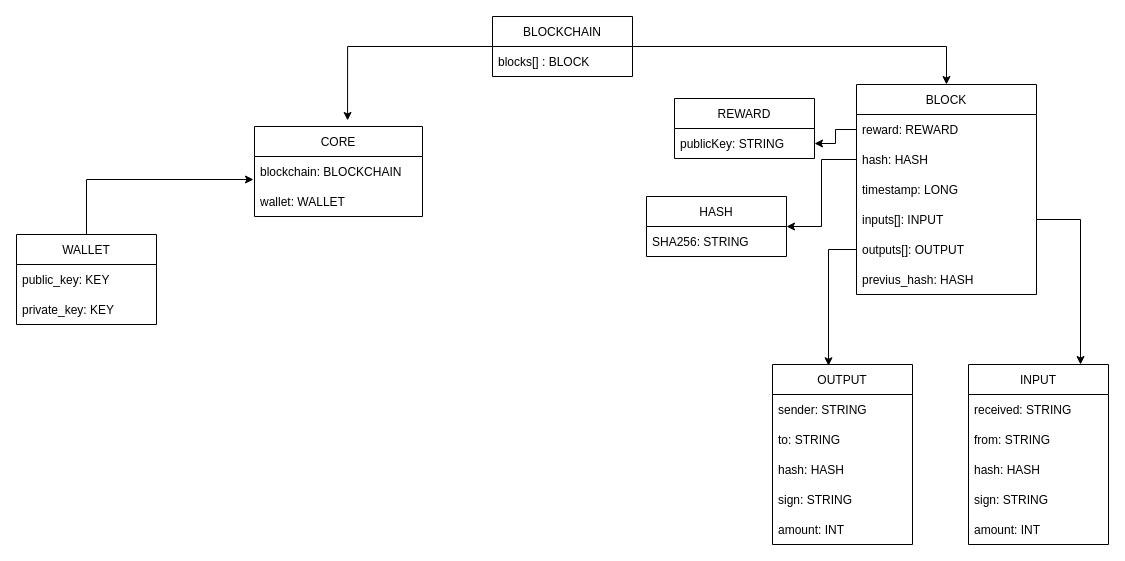
This is Progettazione/UML.drawio from micchf/arus-digital-currency, a draw.io file, before an edit. Source tidied: cells renumbered, new cells numbered last; positions are measured from the earlier drawing's top-left corner, leaving out a move shared by most shapes. Both pictures are drawn from the tidied source at 100%, with x=0, y=0 at pixel (16, 16).
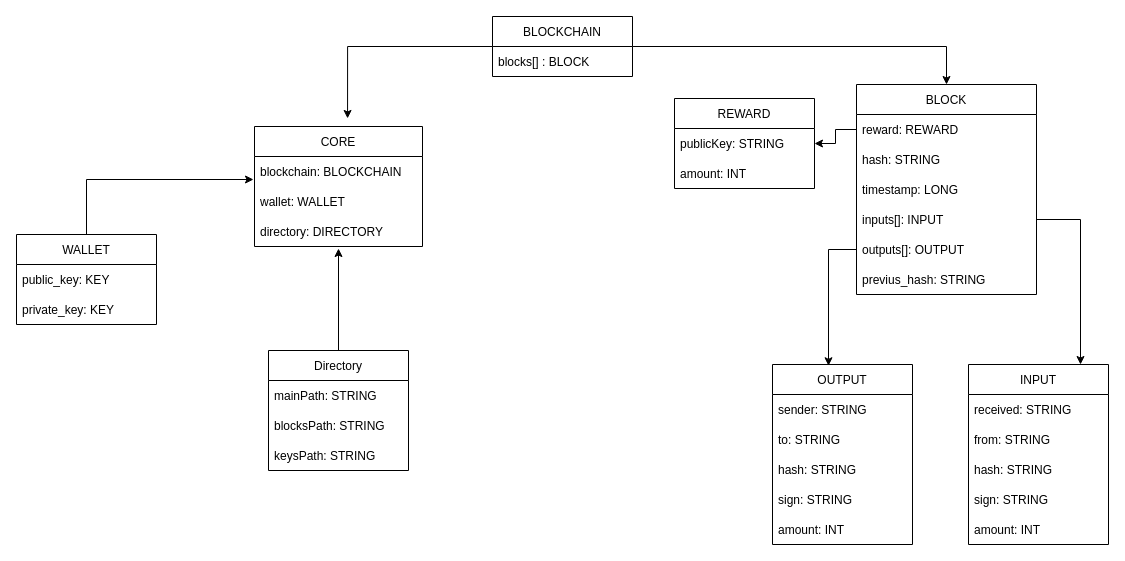
After the change.

Unchanged cells that the change refers to:
```xml
<mxCell id="6" value="BLOCK" style="swimlane;fontStyle=0;horizontal=1;startSize=30;" parent="1" vertex="1">
  <mxGeometry x="840" y="68" width="180" height="210" as="geometry" />
</mxCell>
<mxCell id="17" value="INPUT" style="swimlane;fontStyle=0;horizontal=1;startSize=30;" parent="1" vertex="1">
  <mxGeometry x="952" y="348" width="140" height="180" as="geometry" />
</mxCell>
<mxCell id="23" value="OUTPUT" style="swimlane;fontStyle=0;horizontal=1;startSize=30;" parent="1" vertex="1">
  <mxGeometry x="756" y="348" width="140" height="180" as="geometry" />
</mxCell>
```

Change to the diagram source:
```diff
@@
-    <mxCell id="8" value="hash: HASH" style="text;strokeColor=none;fillColor=none;align=left;verticalAlign=middle;spacingLeft=4;spacingRight=4;overflow=hidden;points=[[0,0.5],[1,0.5]];portConstraint=eastwest;" parent="6" vertex="1">
+    <mxCell id="8" value="hash: STRING" style="text;strokeColor=none;fillColor=none;align=left;verticalAlign=middle;spacingLeft=4;spacingRight=4;overflow=hidden;points=[[0,0.5],[1,0.5]];portConstraint=eastwest;" parent="6" vertex="1">
       <mxGeometry y="60" width="180" height="30" as="geometry" />
     </mxCell>
@@
-    <mxCell id="12" value="previus_hash: HASH" style="text;strokeColor=none;fillColor=none;align=left;verticalAlign=middle;spacingLeft=4;spacingRight=4;overflow=hidden;" parent="6" vertex="1">
+    <mxCell id="12" value="previus_hash: STRING" style="text;strokeColor=none;fillColor=none;align=left;verticalAlign=middle;spacingLeft=4;spacingRight=4;overflow=hidden;" parent="6" vertex="1">
       <mxGeometry y="180" width="180" height="30" as="geometry" />
     </mxCell>
     <mxCell id="13" value="REWARD" style="swimlane;fontStyle=0;horizontal=1;startSize=30;" parent="1" vertex="1">
-      <mxGeometry x="658" y="82" width="140" height="60" as="geometry" />
+      <mxGeometry x="658" y="82" width="140" height="90" as="geometry" />
     </mxCell>
@@
-    <mxCell id="15" value="HASH" style="swimlane;fontStyle=0;horizontal=1;startSize=30;" parent="1" vertex="1">
-      <mxGeometry x="630" y="180" width="140" height="60" as="geometry" />
-    </mxCell>
-    <mxCell id="16" value="SHA256: STRING" style="text;strokeColor=none;fillColor=none;align=left;verticalAlign=middle;spacingLeft=4;spacingRight=4;overflow=hidden;" parent="15" vertex="1">
-      <mxGeometry y="30" width="140" height="30" as="geometry" />
-    </mxCell>
+    <mxCell id="40" value="amount: INT" style="text;strokeColor=none;fillColor=none;align=left;verticalAlign=middle;spacingLeft=4;spacingRight=4;overflow=hidden;" parent="13" vertex="1">
+      <mxGeometry y="60" width="140" height="30" as="geometry" />
+    </mxCell>
@@
-    <mxCell id="20" value="hash: HASH" style="text;strokeColor=none;fillColor=none;align=left;verticalAlign=middle;spacingLeft=4;spacingRight=4;overflow=hidden;" parent="17" vertex="1">
+    <mxCell id="20" value="hash: STRING" style="text;strokeColor=none;fillColor=none;align=left;verticalAlign=middle;spacingLeft=4;spacingRight=4;overflow=hidden;" parent="17" vertex="1">
       <mxGeometry y="90" width="140" height="30" as="geometry" />
     </mxCell>
@@
-    <mxCell id="26" value="hash: HASH" style="text;strokeColor=none;fillColor=none;align=left;verticalAlign=middle;spacingLeft=4;spacingRight=4;overflow=hidden;" parent="23" vertex="1">
+    <mxCell id="26" value="hash: STRING" style="text;strokeColor=none;fillColor=none;align=left;verticalAlign=middle;spacingLeft=4;spacingRight=4;overflow=hidden;" parent="23" vertex="1">
       <mxGeometry y="90" width="140" height="30" as="geometry" />
     </mxCell>
@@
-    <mxCell id="32" style="edgeStyle=orthogonalEdgeStyle;rounded=0;jettySize=auto;html=1;entryX=1;entryY=0.5;entryDx=0;entryDy=0;" parent="1" edge="1" source="8" target="15">
-      <mxGeometry relative="1" as="geometry" />
-    </mxCell>
     <mxCell id="33" value="CORE" style="swimlane;fontStyle=0;horizontal=1;startSize=30;" parent="1" vertex="1">
-      <mxGeometry x="238" y="110" width="168" height="90" as="geometry" />
+      <mxGeometry x="238" y="110" width="168" height="120" as="geometry" />
     </mxCell>
@@
+    <mxCell id="41" value="directory: DIRECTORY" style="text;strokeColor=none;fillColor=none;align=left;verticalAlign=middle;spacingLeft=4;spacingRight=4;overflow=hidden;points=[[0,0.5],[1,0.5]];portConstraint=eastwest;" parent="33" vertex="1">
+      <mxGeometry y="90" width="168" height="30" as="geometry" />
+    </mxCell>
@@
+    <mxCell id="42" style="edgeStyle=none;html=1;entryX=0.5;entryY=1.067;entryDx=0;entryDy=0;entryPerimeter=0;" parent="1" edge="1" source="43" target="41">
+      <mxGeometry relative="1" as="geometry" />
+    </mxCell>
+    <mxCell id="43" value="Directory" style="swimlane;fontStyle=0;horizontal=1;startSize=30;" parent="1" vertex="1">
+      <mxGeometry x="252" y="334" width="140" height="120" as="geometry" />
+    </mxCell>
+    <mxCell id="44" value="mainPath: STRING" style="text;strokeColor=none;fillColor=none;align=left;verticalAlign=middle;spacingLeft=4;spacingRight=4;overflow=hidden;" parent="43" vertex="1">
+      <mxGeometry y="30" width="140" height="30" as="geometry" />
+    </mxCell>
+    <mxCell id="45" value="blocksPath: STRING" style="text;strokeColor=none;fillColor=none;align=left;verticalAlign=middle;spacingLeft=4;spacingRight=4;overflow=hidden;" parent="43" vertex="1">
+      <mxGeometry y="60" width="140" height="30" as="geometry" />
+    </mxCell>
+    <mxCell id="46" value="keysPath: STRING" style="text;strokeColor=none;fillColor=none;align=left;verticalAlign=middle;spacingLeft=4;spacingRight=4;overflow=hidden;" parent="43" vertex="1">
+      <mxGeometry y="90" width="140" height="30" as="geometry" />
+    </mxCell>
```
